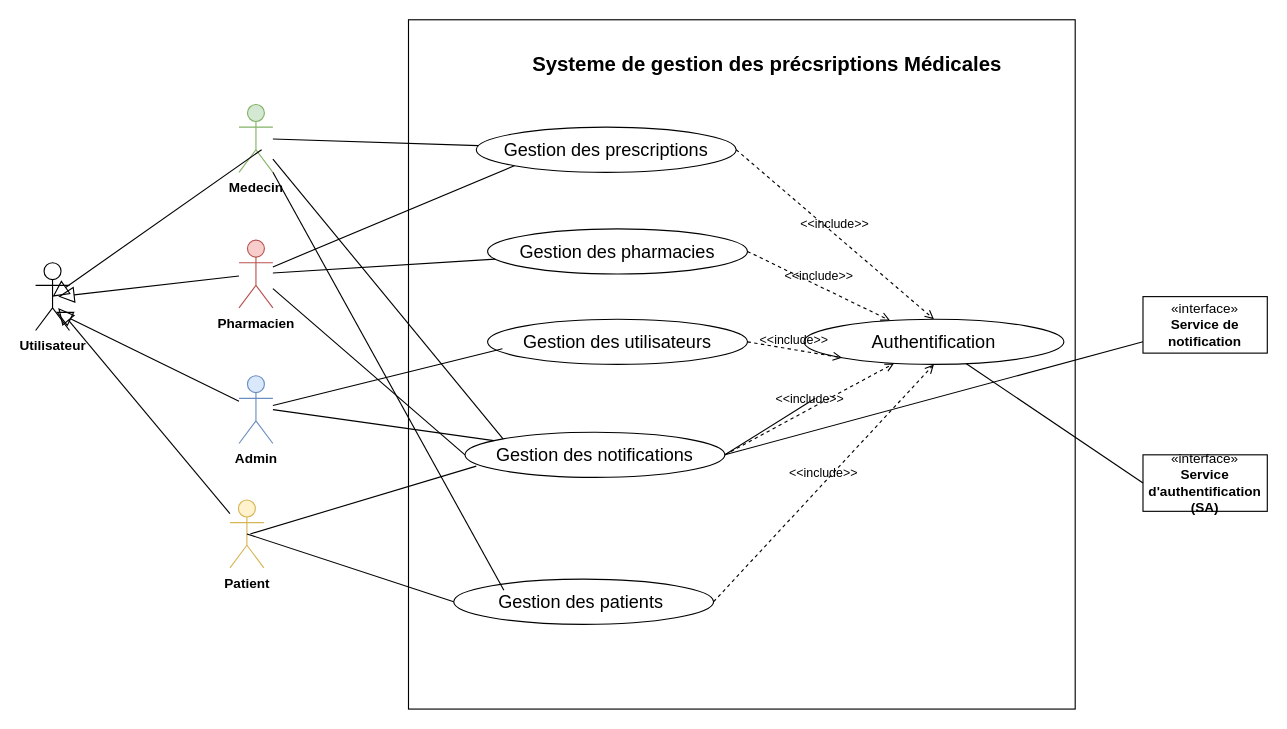
The draw.io diagram Use case Raffiné.drawio in siwar630/Conception-pfe, before the edit. Source tidied: cells renumbered, new cells numbered last; positions are measured from the earlier drawing's top-left corner, leaving out a move shared by most shapes. Both pictures are drawn from the tidied source at 113%, with x=0, y=0 at pixel (35, 19).
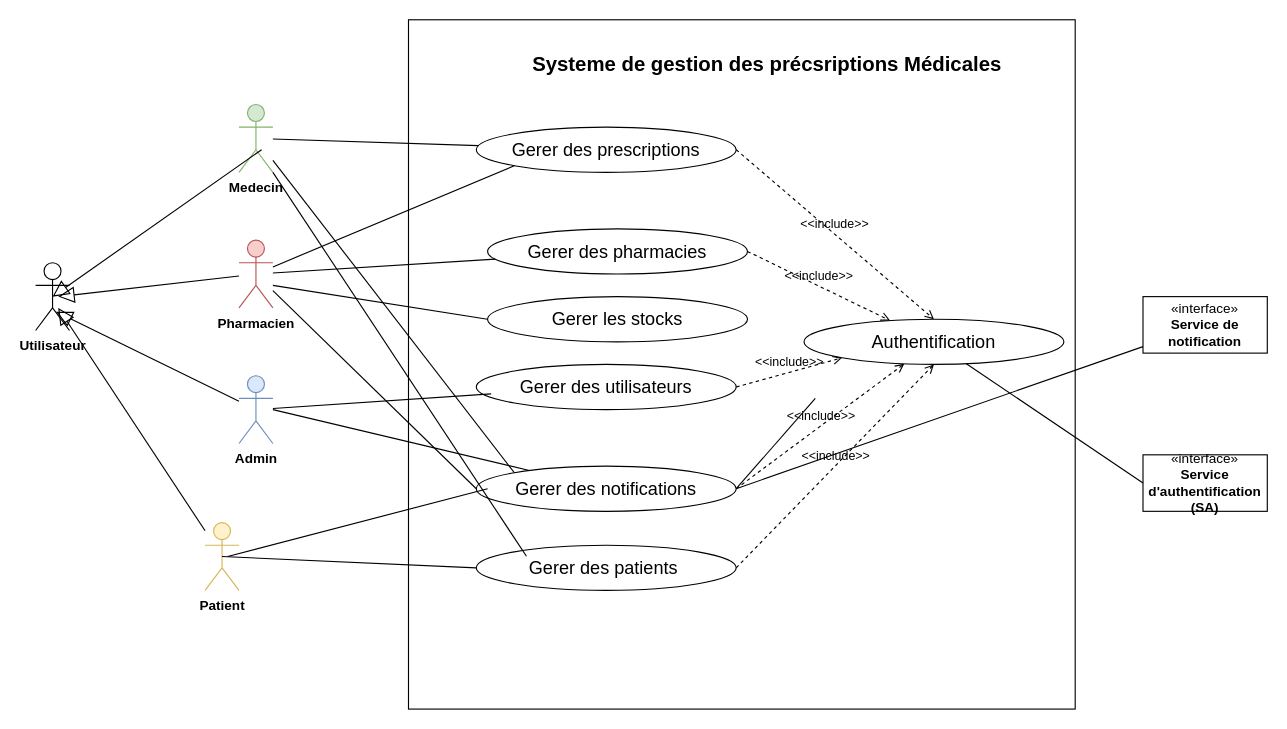
The same diagram, later.

Commit message:
inventory service Added.drawio

The edit, as a diff of the source:
```diff
@@
     <mxCell id="6" value="&lt;b&gt;Patient&lt;/b&gt;" style="shape=umlActor;verticalLabelPosition=bottom;verticalAlign=top;html=1;outlineConnect=0;fillColor=#fff2cc;strokeColor=#d6b656;" parent="1" vertex="1">
-      <mxGeometry x="172" y="425" width="30" height="60" as="geometry" />
+      <mxGeometry x="150" y="445" width="30" height="60" as="geometry" />
     </mxCell>
@@
-    <mxCell id="8" value="&lt;font style=&quot;font-size: 16px;&quot;&gt;Gestion des prescriptions&lt;/font&gt;" style="ellipse;whiteSpace=wrap;html=1;align=center;" parent="1" vertex="1">
+    <mxCell id="8" value="&lt;font style=&quot;font-size: 16px;&quot;&gt;Gerer des prescriptions&lt;/font&gt;" style="ellipse;whiteSpace=wrap;html=1;align=center;" parent="1" vertex="1">
       <mxGeometry x="390" y="95" width="230" height="40" as="geometry" />
     </mxCell>
-    <mxCell id="9" value="&lt;span style=&quot;font-size: 16px;&quot;&gt;Gestion des pha&lt;/span&gt;&lt;span style=&quot;font-size: 16px;&quot;&gt;rmacies&lt;/span&gt;" style="ellipse;whiteSpace=wrap;html=1;align=center;" parent="1" vertex="1">
+    <mxCell id="9" value="&lt;span style=&quot;font-size: 16px;&quot;&gt;Gerer des pha&lt;/span&gt;&lt;span style=&quot;font-size: 16px;&quot;&gt;rmacies&lt;/span&gt;" style="ellipse;whiteSpace=wrap;html=1;align=center;" parent="1" vertex="1">
       <mxGeometry x="400" y="185" width="230" height="40" as="geometry" />
     </mxCell>
-    <mxCell id="10" value="&lt;span style=&quot;font-size: 16px;&quot;&gt;Gestion des utilisateurs&lt;/span&gt;" style="ellipse;whiteSpace=wrap;html=1;align=center;" parent="1" vertex="1">
-      <mxGeometry x="400" y="265" width="230" height="40" as="geometry" />
+    <mxCell id="10" value="&lt;span style=&quot;font-size: 16px;&quot;&gt;Gerer des utilisateurs&lt;/span&gt;" style="ellipse;whiteSpace=wrap;html=1;align=center;" parent="1" vertex="1">
+      <mxGeometry x="390" y="305" width="230" height="40" as="geometry" />
     </mxCell>
-    <mxCell id="11" value="&lt;span style=&quot;font-size: 16px;&quot;&gt;Gestion des notifications&lt;/span&gt;" style="ellipse;whiteSpace=wrap;html=1;align=center;" parent="1" vertex="1">
-      <mxGeometry x="380" y="365" width="230" height="40" as="geometry" />
+    <mxCell id="11" value="&lt;span style=&quot;font-size: 16px;&quot;&gt;Gerer des notifications&lt;/span&gt;" style="ellipse;whiteSpace=wrap;html=1;align=center;" parent="1" vertex="1">
+      <mxGeometry x="390" y="395" width="230" height="40" as="geometry" />
     </mxCell>
-    <mxCell id="12" value="&lt;span style=&quot;font-size: 16px;&quot;&gt;Gestion des patients&amp;nbsp;&lt;/span&gt;" style="ellipse;whiteSpace=wrap;html=1;align=center;" parent="1" vertex="1">
-      <mxGeometry x="370" y="495" width="230" height="40" as="geometry" />
+    <mxCell id="12" value="&lt;span style=&quot;font-size: 16px;&quot;&gt;Gerer des patients&amp;nbsp;&lt;/span&gt;" style="ellipse;whiteSpace=wrap;html=1;align=center;" parent="1" vertex="1">
+      <mxGeometry x="390" y="465" width="230" height="40" as="geometry" />
     </mxCell>
@@
     <mxCell id="36" style="edgeStyle=none;html=1;endArrow=none;verticalAlign=bottom;rounded=0;" parent="1" edge="1">
       <mxGeometry relative="1" as="geometry">
-        <mxPoint x="190" y="455" as="sourcePoint" />
-        <mxPoint x="390" y="395" as="targetPoint" />
+        <mxPoint x="170" y="475" as="sourcePoint" />
+        <mxPoint x="400" y="415" as="targetPoint" />
       </mxGeometry>
     </mxCell>
@@
+    <mxCell id="39" value="&lt;span style=&quot;font-size: 16px;&quot;&gt;Gerer les stocks&lt;/span&gt;" style="ellipse;whiteSpace=wrap;html=1;align=center;" parent="1" vertex="1">
+      <mxGeometry x="400" y="245" width="230" height="40" as="geometry" />
+    </mxCell>
+    <mxCell id="40" style="endArrow=none;html=1;rounded=0;entryX=0;entryY=0.5;entryDx=0;entryDy=0;" parent="1" edge="1" target="39">
+      <mxGeometry relative="1" as="geometry">
+        <mxPoint x="210" y="235" as="sourcePoint" />
+      </mxGeometry>
+    </mxCell>
```
